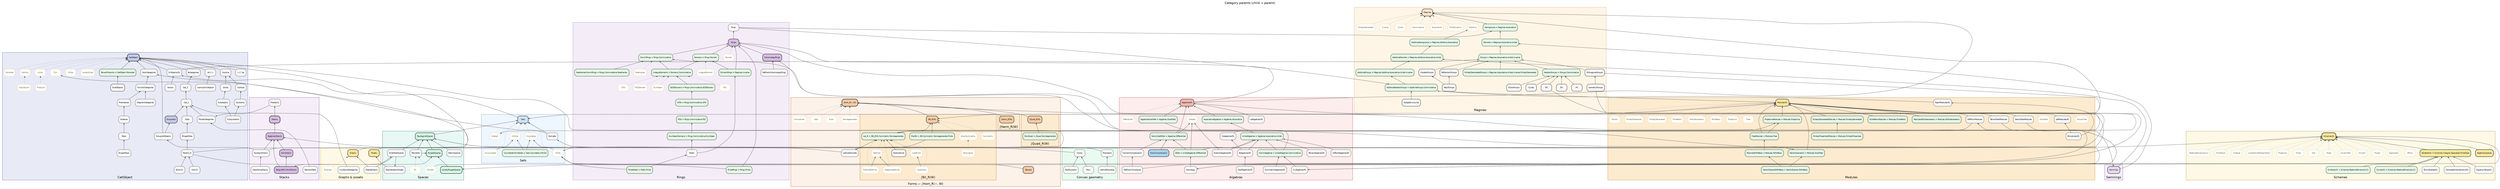
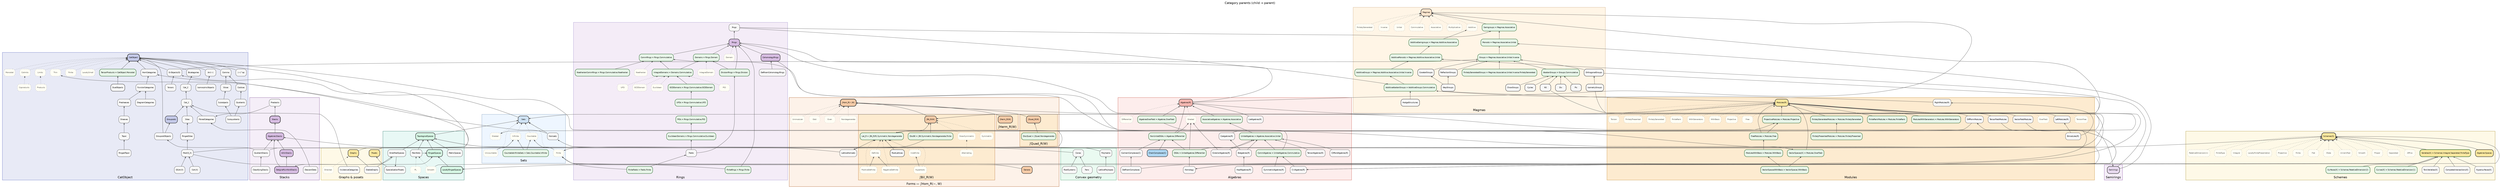
// Category parent graph (child → parent = supercategory).
//
// Node classes:
//   1. Categories — solid boxes
//   2. Atomic axioms — short dotted label on most general host; dotted edge
//   3. Named joins — green "Name = C.A1.A2…" when a conventional name packages
//      axioms from farther up the hierarchy
//
// Forms: ∫Hom_R(−,W) hosts shared form axioms; Bil ‖ Quad ‖ Herm are children.
// Render: dot -Tsvg category_parent_graph.dot -o category_parent_graph.svg

digraph CategoryParents {
  graph [
    rankdir=BT
    labelloc=t
    label="Category parents (child → parent)"
    fontsize=15
    fontname="Helvetica"
    nodesep=0.32
    ranksep=0.55
    compound=true
    newrank=true
    splines=true
  ];
  node [
    shape=box
    style="rounded,filled"
    fontname="Helvetica"
    fontsize=9
    fillcolor="#f7f7f7"
    color="#333333"
  ];
  edge [color="#444444", arrowsize=0.65];

  // Named-join default (overridden locally where needed)
  // fillcolor="#e8f5e9" color="#1b5e20"

  //══════════════════════════════════════════════════════════════
  // CatObject + sites/sheaves
  //══════════════════════════════════════════════════════════════
  subgraph cluster_cat {
    label="CatObject";
    style=filled; fillcolor="#e8eaf6"; color="#3f51b5";
    node [style="rounded,filled", fillcolor="#f7f7f7", color="#333333", fontcolor="#000000"];

    CatObject [fillcolor="#c5cae9", penwidth=2.5];
    // Cat_1 = ordinary 1-categories; Cat_2 = (2,1)-categories
    Cat_1; Cat_2;
    Groupoids [fillcolor="#c5cae9", penwidth=2];
    Bicategories;
    "Arr(−)"; "(−)^op";
    Comma; Slices; Coslices;
    // slice/coslice constructions (a subobject is a mono A→B in a slice)
    Subobjects; Quotients; Subquotients; IsomorphicObjects;
    DiagramCategories; FunctorCategories; HomCategories;
    "G-Objects(G)"; FibredCategories; GroupoidObjects; Torsors;
    Sites; Presheaves; Sheaves; Topoi;
    RingedSites; RingedTopoi;
    "Mod(O_X)"; "Coh(X)"; "QCoh(X)";

    node [style="rounded,filled", fillcolor="#e8f5e9", color="#1b5e20", fontcolor="#000000", penwidth=1.5];
    "TensorProducts = CatObject.Monoidal";
    node [style="rounded,filled", fillcolor="#f7f7f7", color="#333333", fontcolor="#000000"];
    DualObjects;

    node [style="rounded,filled,dotted", fillcolor="#fffef5", color="#888888", fontcolor="#555555"];
    // Nested-cat + (co)limit axioms on CatObject
    "CatObject.LocallySmall" [label="LocallySmall"];
    "CatObject.Finite" [label="Finite"];
    "CatObject.Thin" [label="Thin"];
    "CatObject.Limits" [label="Limits"];
    "CatObject.Colimits" [label="Colimits"];
    "CatObject.Products" [label="Products"];
    "CatObject.Coproducts" [label="Coproducts"];
    "ax.Monoidal" [label="Monoidal"];
    node [style="rounded,filled", fillcolor="#f7f7f7", color="#333333", fontcolor="#000000"];

    "CatObject.LocallySmall" -> CatObject [style=dotted];
    "CatObject.Finite" -> CatObject [style=dotted];
    "CatObject.Thin" -> CatObject [style=dotted];
    "CatObject.Limits" -> CatObject [style=dotted];
    "CatObject.Colimits" -> CatObject [style=dotted];
    // Products/Coproducts organize under (co)limits
    "CatObject.Products" -> "CatObject.Limits" [style=dotted];
    "CatObject.Coproducts" -> "CatObject.Colimits" [style=dotted];
    "ax.Monoidal" -> CatObject [style=dotted];

    Groupoids -> Cat_1;
    Cat_1 -> Cat_2;
    Cat_2 -> Bicategories;
    Bicategories -> CatObject;
    "TensorProducts = CatObject.Monoidal" -> CatObject;
    DualObjects -> "TensorProducts = CatObject.Monoidal";
    "Arr(−)" -> CatObject;
    "(−)^op" -> CatObject;
    Comma -> CatObject;
    Slices -> Comma;
    Coslices -> Comma;
    Subobjects -> Slices;
    Quotients -> Coslices;
    Subquotients -> Subobjects;
    Subquotients -> Quotients;
    IsomorphicObjects -> "Arr(−)";
    DiagramCategories -> FunctorCategories;
    FunctorCategories -> HomCategories;
    HomCategories -> CatObject;
    "G-Objects(G)" -> CatObject;
    // Fibred categories over an arbitrary base category (not only groupoids)
    FibredCategories -> Cat_1;
    GroupoidObjects -> CatObject;
    GroupoidObjects -> Groupoids;
    Torsors -> "G-Objects(G)";
    Sites -> Cat_1;
    Presheaves -> FunctorCategories;
    Sheaves -> Presheaves;
    Topoi -> Sheaves;
    RingedSites -> Sites;
    RingedTopoi -> Topoi;
    "Mod(O_X)" -> RingedSites;
    "Coh(X)" -> "Mod(O_X)";
    "QCoh(X)" -> "Mod(O_X)";
  }

  //══════════════════════════════════════════════════════════════
  // Sets
  //══════════════════════════════════════════════════════════════
  subgraph cluster_sets {
    label="Sets";
    style=filled; fillcolor="#eef6ff"; color="#6a8caf";
    node [style="rounded,filled", fillcolor="#f7f7f7", color="#333333", fontcolor="#000000"];

    Sets [fillcolor="#cfe2f3", penwidth=2];
    Homsets;

    node [style="rounded,filled", fillcolor="#e8f5e9", color="#1b5e20", fontcolor="#000000", penwidth=1.5];
    "CountableInfiniteSets = Sets.Countable.Infinite";

    node [style="rounded,filled,dotted", fillcolor="#fffef5", color="#888888", fontcolor="#555555"];
    "Sets.Finite" [label="Finite"];
    "Sets.Infinite" [label="Infinite"];
    "Sets.Countable" [label="Countable"];
    "Sets.Uncountable" [label="Uncountable"];
    "Sets.Graded" [label="Graded"];
    node [style="rounded,filled", fillcolor="#f7f7f7", color="#333333", fontcolor="#000000"];

    Sets -> CatObject [constraint=false];
    "Sets.Finite" -> Sets [style=dotted];
    "Sets.Infinite" -> Sets [style=dotted];
    "Sets.Countable" -> Sets [style=dotted];
    "Sets.Uncountable" -> Sets [style=dotted];
    "Sets.Graded" -> Sets [style=dotted];
    "Sets.Finite" -> "Sets.Countable";
    "Sets.Uncountable" -> "Sets.Infinite";
    "CountableInfiniteSets = Sets.Countable.Infinite" -> "Sets.Countable";
    "CountableInfiniteSets = Sets.Countable.Infinite" -> "Sets.Infinite";
    Homsets -> HomCategories [constraint=false];
    Homsets -> Sets;
  }

  //══════════════════════════════════════════════════════════════
  // Spaces
  //══════════════════════════════════════════════════════════════
  subgraph cluster_spaces {
    label="Spaces";
    style=filled; fillcolor="#e8f8f5"; color="#0e6655";
    node [style="rounded,filled", fillcolor="#f7f7f7", color="#333333", fontcolor="#000000"];

    TopologicalSpaces [fillcolor="#d5f5e3", penwidth=2];
    MetricSpaces;
    Manifolds;
    RingedSpaces [fillcolor="#d5f5e3", penwidth=2];
    LocallyRingedSpaces [fillcolor="#d5f5e3", penwidth=2];
    StratifiedSpaces;

    node [style="rounded,filled,dotted", fillcolor="#fffef5", color="#888888", fontcolor="#555555"];
    "Manifolds.Smooth" [label="Smooth"];
    "Manifolds.PL" [label="PL"];
    node [style="rounded,filled", fillcolor="#f7f7f7", color="#333333", fontcolor="#000000"];

    TopologicalSpaces -> Sets [constraint=false];
    MetricSpaces -> TopologicalSpaces;
    Manifolds -> TopologicalSpaces;
    Manifolds -> RingedSpaces [constraint=false];
    "Manifolds.Smooth" -> Manifolds [style=dotted];
    "Manifolds.PL" -> Manifolds [style=dotted];
    RingedSpaces -> TopologicalSpaces;
    LocallyRingedSpaces -> RingedSpaces;
    StratifiedSpaces -> TopologicalSpaces;
    StratifiedSpaces -> SpecializationPosets [constraint=false];
    "Mod(O_X)" -> RingedSpaces [constraint=false];
  }

  //══════════════════════════════════════════════════════════════
  // Convex geometry
  //══════════════════════════════════════════════════════════════
  subgraph cluster_convex {
    label="Convex geometry";
    style=filled; fillcolor="#eafaf1"; color="#1e8449";
    node [style="rounded,filled", fillcolor="#f7f7f7", color="#333333", fontcolor="#000000"];

    Cones; Fans; Polyhedra; LatticePolytopes; RootSystems;
    Cones -> TopologicalSpaces [constraint=false];
    Fans -> Cones;
    Polyhedra -> TopologicalSpaces [constraint=false];
    LatticePolytopes -> Polyhedra;
    RootSystems -> Cones;
  }

  //══════════════════════════════════════════════════════════════
  // Graphs & posets
  //══════════════════════════════════════════════════════════════
  subgraph cluster_graphs {
    label="Graphs & posets";
    style=filled; fillcolor="#fef9e7"; color="#b7950b";
    node [style="rounded,filled", fillcolor="#f7f7f7", color="#333333", fontcolor="#000000"];

    Graphs [fillcolor="#f9e79f", penwidth=2];
    StableGraphs; Posets [fillcolor="#f9e79f", penwidth=2];
    SpecializationPosets; IncidenceCategories;

    node [style="rounded,filled,dotted", fillcolor="#fffef5", color="#888888", fontcolor="#555555"];
    "Graphs.Directed" [label="Directed"];
    node [style="rounded,filled", fillcolor="#f7f7f7", color="#333333", fontcolor="#000000"];

    Graphs -> CatObject [constraint=false];
    "Graphs.Directed" -> Graphs [style=dotted];
    StableGraphs -> Graphs;
    Posets -> "CatObject.Thin" [constraint=false];
    SpecializationPosets -> Posets;
    IncidenceCategories -> Cat_1 [constraint=false];
    StableGraphs -> StratifiedSpaces [constraint=false];
  }

  //══════════════════════════════════════════════════════════════
  // Magmas
  //══════════════════════════════════════════════════════════════
  subgraph cluster_magmas {
    label="Magmas";
    style=filled; fillcolor="#fff5e6"; color="#c49a6c";
    node [style="rounded,filled", fillcolor="#f7f7f7", color="#333333", fontcolor="#000000"];

    Magmas [fillcolor="#fce5cd", penwidth=2];

    // named joins (axioms from Magmas)
    node [style="rounded,filled", fillcolor="#e8f5e9", color="#1b5e20", fontcolor="#000000", penwidth=1.5];
    "Semigroups = Magmas.Associative";
    "Monoids = Magmas.Associative.Unital";
    "Groups = Magmas.Associative.Unital.Inverse";
    "AbelianGroups = Groups.Commutative";
    "FinitelyGeneratedGroups = Magmas.Associative.Unital.Inverse.FinitelyGenerated";
    "AdditiveSemigroups = Magmas.Additive.Associative";
    "AdditiveMonoids = Magmas.Additive.Associative.Unital";
    "AdditiveGroups = Magmas.Additive.Associative.Unital.Inverse";
    "AdditiveAbelianGroups = AdditiveGroups.Commutative";
    node [style="rounded,filled", fillcolor="#f7f7f7", color="#333333", fontcolor="#000000"];

    CoxeterGroups; WeylGroups; ReflectionGroups;
    OrthogonalGroups; IsometryGroups;
    Pic; Div; NS; Cycles; ChowGroups; HodgeStructures;

    // Flat Magmas axiom set: Additive/Multiplicative select the operation;
    // Associative/Unital/Inverse/Commutative hang on Magmas itself (not re-hosted).
    node [style="rounded,filled,dotted", fillcolor="#fffef5", color="#888888", fontcolor="#555555"];
    "Magmas.Additive" [label="Additive"];
    "Magmas.Multiplicative" [label="Multiplicative"];
    "ax.Associative" [label="Associative"];
    "ax.Commutative" [label="Commutative"];
    "ax.Unital" [label="Unital"];
    "ax.Inverse" [label="Inverse"];
    "ax.FinitelyGenerated" [label="FinitelyGenerated"];
    node [style="rounded,filled", fillcolor="#f7f7f7", color="#333333", fontcolor="#000000"];

    "Magmas.Additive" -> Magmas [style=dotted];
    "Magmas.Multiplicative" -> Magmas [style=dotted];
    "ax.Associative" -> Magmas [style=dotted];
    "ax.Commutative" -> Magmas [style=dotted];
    "ax.Unital" -> Magmas [style=dotted];
    "ax.Inverse" -> Magmas [style=dotted];
    "ax.FinitelyGenerated" -> Magmas [style=dotted];

    // Hasse: each named join factors through the previous rung
    "Semigroups = Magmas.Associative" -> Magmas;
    "Monoids = Magmas.Associative.Unital" -> "Semigroups = Magmas.Associative";
    "Groups = Magmas.Associative.Unital.Inverse" -> "Monoids = Magmas.Associative.Unital";
    "AbelianGroups = Groups.Commutative" -> "Groups = Magmas.Associative.Unital.Inverse";
    "FinitelyGeneratedGroups = Magmas.Associative.Unital.Inverse.FinitelyGenerated" -> "Groups = Magmas.Associative.Unital.Inverse";
    "AdditiveSemigroups = Magmas.Additive.Associative" -> "Magmas.Additive";
    "AdditiveMonoids = Magmas.Additive.Associative.Unital" -> "AdditiveSemigroups = Magmas.Additive.Associative";
    "AdditiveGroups = Magmas.Additive.Associative.Unital.Inverse" -> "AdditiveMonoids = Magmas.Additive.Associative.Unital";
    "AdditiveAbelianGroups = AdditiveGroups.Commutative" -> "AdditiveGroups = Magmas.Additive.Associative.Unital.Inverse";

    CoxeterGroups -> "Groups = Magmas.Associative.Unital.Inverse";
    WeylGroups -> CoxeterGroups;
    ReflectionGroups -> "Groups = Magmas.Associative.Unital.Inverse";
    WeylGroups -> ReflectionGroups;
    OrthogonalGroups -> "Groups = Magmas.Associative.Unital.Inverse";
    IsometryGroups -> OrthogonalGroups;
    Pic -> "AbelianGroups = Groups.Commutative";
    Div -> "AbelianGroups = Groups.Commutative";
    NS -> "AbelianGroups = Groups.Commutative";
    Cycles -> "AbelianGroups = Groups.Commutative";
    ChowGroups -> "AbelianGroups = Groups.Commutative";
    HodgeStructures -> "AdditiveAbelianGroups = AdditiveGroups.Commutative";
    Magmas -> Sets [constraint=false];
    "G-Objects(G)" -> "Groups = Magmas.Associative.Unital.Inverse" [constraint=false];
  }

  //══════════════════════════════════════════════════════════════
  // Semirings
  //══════════════════════════════════════════════════════════════
  subgraph cluster_semirings {
    label="Semirings";
    style=filled; fillcolor="#f5eef8"; color="#7d3c98";
    node [style="rounded,filled", fillcolor="#f7f7f7", color="#333333", fontcolor="#000000"];
    Semirings [fillcolor="#e8daef", penwidth=2];
    Semirings -> "Monoids = Magmas.Associative.Unital" [constraint=false];
    Semirings -> "AdditiveMonoids = Magmas.Additive.Associative.Unital" [constraint=false];
  }

  //══════════════════════════════════════════════════════════════
  // Rings
  //══════════════════════════════════════════════════════════════
  subgraph cluster_rings {
    label="Rings";
    style=filled; fillcolor="#f4ecf7"; color="#8e7cc3";
    node [style="rounded,filled", fillcolor="#f7f7f7", color="#333333", fontcolor="#000000"];

    Rngs; Rings [fillcolor="#d7bde2", penwidth=2];
    Fields;
    CohomologyRings [fillcolor="#d7bde2", penwidth=2];
    DeRhamCohomologyRings;

    node [style="rounded,filled", fillcolor="#e8f5e9", color="#1b5e20", fontcolor="#000000", penwidth=1.5];
    "CommRings = Rings.Commutative";
    "Domains = Rings.Domain";
    "IntegralDomains = Domains.Commutative";
    "GCDDomains = Rings.Commutative.GCDDomain";
    "UFDs = Rings.Commutative.UFD";
    "PIDs = Rings.Commutative.PID";
    "EuclideanDomains = Rings.Commutative.Euclidean";
    "NoetherianCommRings = Rings.Commutative.Noetherian";
    // Finite lives on Sets; FiniteRings/Fields are pullbacks Rings.Finite / Fields.Finite
    "FiniteRings = Rings.Finite";
    "FiniteFields = Fields.Finite";
    // Multiplicative invertibility (nonzero) packaged onto Rings
-     "DivisionRings = Magmas.Inverse";
+     "DivisionRings = Rings.Division";
    node [style="rounded,filled", fillcolor="#f7f7f7", color="#333333", fontcolor="#000000"];

    node [style="rounded,filled,dotted", fillcolor="#fffef5", color="#888888", fontcolor="#555555"];
    "ax.Domain" [label="Domain"];
    "ax.IntegralDomain" [label="IntegralDomain"];
    "ax.GCDDomain" [label="GCDDomain"];
    "ax.UFD" [label="UFD"];
    "ax.PID" [label="PID"];
    "ax.Euclidean" [label="Euclidean"];
    "ax.Noetherian" [label="Noetherian"];
    node [style="rounded,filled", fillcolor="#f7f7f7", color="#333333", fontcolor="#000000"];

    Rngs -> "Semigroups = Magmas.Associative" [constraint=false];
    Rngs -> "AdditiveAbelianGroups = AdditiveGroups.Commutative" [constraint=false];
    Rings -> Rngs;
    Rings -> Semirings [constraint=false];
-     "DivisionRings = Magmas.Inverse" -> Rings;
-     "DivisionRings = Magmas.Inverse" -> "Domains = Rings.Domain";
-     Fields -> "DivisionRings = Magmas.Inverse";
+     "DivisionRings = Rings.Division" -> Rings;
+     "DivisionRings = Rings.Division" -> "Domains = Rings.Domain";
+     Fields -> "DivisionRings = Rings.Division";
    Fields -> "EuclideanDomains = Rings.Commutative.Euclidean";
    "CommRings = Rings.Commutative" -> Rings;
    // Domains need not be commutative
    "Domains = Rings.Domain" -> Rings;
    "IntegralDomains = Domains.Commutative" -> "Domains = Rings.Domain";
    "IntegralDomains = Domains.Commutative" -> "CommRings = Rings.Commutative";
    "GCDDomains = Rings.Commutative.GCDDomain" -> "IntegralDomains = Domains.Commutative";
    "UFDs = Rings.Commutative.UFD" -> "GCDDomains = Rings.Commutative.GCDDomain";
    "PIDs = Rings.Commutative.PID" -> "UFDs = Rings.Commutative.UFD";
    "EuclideanDomains = Rings.Commutative.Euclidean" -> "PIDs = Rings.Commutative.PID";
    "NoetherianCommRings = Rings.Commutative.Noetherian" -> "CommRings = Rings.Commutative";
    "FiniteRings = Rings.Finite" -> Rings;
    "FiniteRings = Rings.Finite" -> "Sets.Finite";
    "FiniteFields = Fields.Finite" -> Fields;
    "FiniteFields = Fields.Finite" -> "Sets.Finite";

    "ax.Domain" -> Rings [style=dotted];
    "ax.IntegralDomain" -> "Domains = Rings.Domain" [style=dotted];
    "ax.GCDDomain" -> "IntegralDomains = Domains.Commutative" [style=dotted];
    "ax.UFD" -> "IntegralDomains = Domains.Commutative" [style=dotted];
    "ax.PID" -> "IntegralDomains = Domains.Commutative" [style=dotted];
    "ax.Euclidean" -> "IntegralDomains = Domains.Commutative" [style=dotted];
    "ax.Noetherian" -> "CommRings = Rings.Commutative" [style=dotted];

    CohomologyRings -> Rings;
    DeRhamCohomologyRings -> CohomologyRings;
  }

  //══════════════════════════════════════════════════════════════
  // Modules — Left / Right / Bi are categories, not axioms
  //══════════════════════════════════════════════════════════════
  subgraph cluster_modules {
    label="Modules";
    style=filled; fillcolor="#fdebd0"; color="#b9770e";
    node [style="rounded,filled", fillcolor="#f7f7f7", color="#333333", fontcolor="#000000"];

    // Modules(R) ≃ left R-modules (Sage default), not (R,R)-bimodules
    "Modules(R)" [fillcolor="#f9e79f", penwidth=2];
    "LeftModules(R)";
    "RightModules(R)";
    "Bimodules(R)";
    VectorFieldModules; TensorFieldModules; DiffFormModules;

    node [style="rounded,filled", fillcolor="#e8f5e9", color="#1b5e20", fontcolor="#000000", penwidth=1.5];
    "FreeModules = Modules.Free";
    "ProjectiveModules = Modules.Projective";
    "ModulesWithBasis = Modules.WithBasis";
    "ModulesWithGenerators = Modules.WithGenerators";
    "FiniteRankModules = Modules.FiniteRank";
    "FinitelyGeneratedModules = Modules.FinitelyGenerated";
    "FinitelyPresentedModules = Modules.FinitelyPresented";
    "VectorSpaces(K) = Modules.OverField";
    "VectorSpacesWithBasis = VectorSpaces.WithBasis";
    node [style="rounded,filled", fillcolor="#f7f7f7", color="#333333", fontcolor="#000000"];

    node [style="rounded,filled,dotted", fillcolor="#fffef5", color="#888888", fontcolor="#555555"];
    "Modules.Free" [label="Free"];
    "Modules.Projective" [label="Projective"];
    "Modules.WithBasis" [label="WithBasis"];
    "Modules.WithGenerators" [label="WithGenerators"];
    "Modules.FiniteRank" [label="FiniteRank"];
    "Modules.FinitelyGenerated" [label="FinitelyGenerated"];
    "Modules.FinitelyPresented" [label="FinitelyPresented"];
    "Modules.Torsion" [label="Torsion"];
    "Modules.TorsionFree" [label="TorsionFree"];
    "Modules.OverField" [label="OverField"];
    node [style="rounded,filled", fillcolor="#f7f7f7", color="#333333", fontcolor="#000000"];

    "Modules.Free" -> "Modules(R)" [style=dotted];
    "Modules.Projective" -> "Modules(R)" [style=dotted];
    "Modules.WithBasis" -> "Modules(R)" [style=dotted];
    "Modules.WithGenerators" -> "Modules(R)" [style=dotted];
    "Modules.FiniteRank" -> "Modules(R)" [style=dotted];
    "Modules.FinitelyGenerated" -> "Modules(R)" [style=dotted];
    "Modules.FinitelyPresented" -> "Modules(R)" [style=dotted];
    "Modules.Torsion" -> "Modules(R)" [style=dotted];
    "Modules.TorsionFree" -> "Modules(R)" [style=dotted];
    "Modules.OverField" -> "Modules(R)" [style=dotted];

    // LeftModules is the explicit synonym for Modules(R); RightModules is the opposite action
    "LeftModules(R)" -> "Modules(R)";
    "RightModules(R)" -> "AdditiveAbelianGroups = AdditiveGroups.Commutative";
    "Modules(R)" -> "AdditiveAbelianGroups = AdditiveGroups.Commutative";
    "Bimodules(R)" -> "LeftModules(R)";
    "Bimodules(R)" -> "RightModules(R)";
    "VectorSpaces(K) = Modules.OverField" -> "Modules(R)";
    "FreeModules = Modules.Free" -> "Modules(R)";
    "ProjectiveModules = Modules.Projective" -> "Modules(R)";
    "FreeModules = Modules.Free" -> "ProjectiveModules = Modules.Projective";
    "ModulesWithBasis = Modules.WithBasis" -> "FreeModules = Modules.Free";
    "ModulesWithGenerators = Modules.WithGenerators" -> "Modules(R)";
    "FiniteRankModules = Modules.FiniteRank" -> "Modules(R)";
    "FinitelyGeneratedModules = Modules.FinitelyGenerated" -> "Modules(R)";
    "FinitelyPresentedModules = Modules.FinitelyPresented" -> "FinitelyGeneratedModules = Modules.FinitelyGenerated";
    "VectorSpacesWithBasis = VectorSpaces.WithBasis" -> "VectorSpaces(K) = Modules.OverField";
    "VectorSpacesWithBasis = VectorSpaces.WithBasis" -> "ModulesWithBasis = Modules.WithBasis";
    VectorFieldModules -> "Modules(R)";
    TensorFieldModules -> "Modules(R)";
    DiffFormModules -> "Modules(R)";
    "Mod(O_X)" -> "Modules(R)" [constraint=false];
  }

  //══════════════════════════════════════════════════════════════
  // Algebras(R) = module with bilinear product (no assoc/unit). Sage MagmaticAlgebras → here;
  // Sage Algebras → UnitalAlgebras = Algebras.Associative.Unital
  //══════════════════════════════════════════════════════════════
  subgraph cluster_algebras {
    label="Algebras";
    style=filled; fillcolor="#fdedec"; color="#c0392b";
    node [style="rounded,filled", fillcolor="#f7f7f7", color="#333333", fontcolor="#000000"];

    "Algebras(R)" [fillcolor="#f5b7b1", penwidth=2];
    "LieAlgebras(R)"; "CliffordAlgebras(R)";
    "SymmetricAlgebras(R)"; "ExteriorAlgebras(R)"; "TensorAlgebras(R)";
    "HopfAlgebras(R)"; "Coalgebras(R)"; "Bialgebras(R)";
    "C∞Algebras(R)";
    "ChainComplexes(C)" [fillcolor="#aed6f1", penwidth=2];
    "CochainComplexes(C)";
    DeRhamComplexes;
    Homology;

    node [style="rounded,filled", fillcolor="#e8f5e9", color="#1b5e20", fontcolor="#000000", penwidth=1.5];
    // Associative/Unital transported onto Algebras(R) (pullbacks of Magmas classifiers)
    "AssociativeAlgebras = Algebras.Associative";
    "UnitalAlgebras = Algebras.Associative.Unital";
    "CommAlgebras = UnitalAlgebras.Commutative";
    "NonUnitalDGAs = Algebras.Differential";
    "DGAs = UnitalAlgebras.Differential";
    "AlgebrasOverField = Algebras.OverField";
    node [style="rounded,filled", fillcolor="#f7f7f7", color="#333333", fontcolor="#000000"];

    node [style="rounded,filled,dotted", fillcolor="#fffef5", color="#888888", fontcolor="#555555"];
    "ax.Differential" [label="Differential"];
    // Graded least-host is Sets; Algebras(R).Graded is the pullback transport
    "Algebras(R).Graded" [label="Graded"];
    node [style="rounded,filled", fillcolor="#f7f7f7", color="#333333", fontcolor="#000000"];

    "Algebras(R)" -> Magmas [constraint=false];
    "Algebras(R)" -> "Modules(R)" [constraint=false];
    "Algebras(R)" -> Rings [constraint=false];
    "AssociativeAlgebras = Algebras.Associative" -> "Algebras(R)";
    "UnitalAlgebras = Algebras.Associative.Unital" -> "AssociativeAlgebras = Algebras.Associative";
    "CommAlgebras = UnitalAlgebras.Commutative" -> "UnitalAlgebras = Algebras.Associative.Unital";
    "CommAlgebras = UnitalAlgebras.Commutative" -> "CommRings = Rings.Commutative" [constraint=false];
    "AlgebrasOverField = Algebras.OverField" -> "Algebras(R)";
    "AlgebrasOverField = Algebras.OverField" -> "VectorSpaces(K) = Modules.OverField" [constraint=false];
    "ax.Differential" -> "Algebras(R)" [style=dotted];
    "Algebras(R).Graded" -> "Algebras(R)" [style=dotted];
    "NonUnitalDGAs = Algebras.Differential" -> "Algebras(R)";
    "NonUnitalDGAs = Algebras.Differential" -> "Algebras(R).Graded";
    "DGAs = UnitalAlgebras.Differential" -> "UnitalAlgebras = Algebras.Associative.Unital";
    "DGAs = UnitalAlgebras.Differential" -> "Algebras(R).Graded";
    "DGAs = UnitalAlgebras.Differential" -> "NonUnitalDGAs = Algebras.Differential";
    "LieAlgebras(R)" -> "Algebras(R)";
    "CliffordAlgebras(R)" -> "UnitalAlgebras = Algebras.Associative.Unital";
    "SymmetricAlgebras(R)" -> "CommAlgebras = UnitalAlgebras.Commutative";
    "ExteriorAlgebras(R)" -> "UnitalAlgebras = Algebras.Associative.Unital";
    "ExteriorAlgebras(R)" -> "Algebras(R).Graded";
    "TensorAlgebras(R)" -> "UnitalAlgebras = Algebras.Associative.Unital";
    "Coalgebras(R)" -> "Modules(R)" [constraint=false];
    "Bialgebras(R)" -> "UnitalAlgebras = Algebras.Associative.Unital";
    "Bialgebras(R)" -> "Coalgebras(R)";
    "HopfAlgebras(R)" -> "Bialgebras(R)";
    "C∞Algebras(R)" -> "CommAlgebras = UnitalAlgebras.Commutative";
    DiffFormModules -> "Sets.Graded" [constraint=false];
    VectorFieldModules -> "C∞Algebras(R)" [constraint=false];
    TensorFieldModules -> "C∞Algebras(R)" [constraint=false];

    "ChainComplexes(C)" -> "NonUnitalDGAs = Algebras.Differential";
    "CochainComplexes(C)" -> "NonUnitalDGAs = Algebras.Differential";
    DeRhamComplexes -> "CochainComplexes(C)";
    DeRhamComplexes -> DiffFormModules [constraint=false];
    Homology -> "DGAs = UnitalAlgebras.Differential";
    Homology -> "Modules(R)" [constraint=false];
    CohomologyRings -> Homology [constraint=false];
  }

  //══════════════════════════════════════════════════════════════
  // Forms — ∫Hom_R(−,W) parent; Bil ‖ Quad ‖ Herm children
  //══════════════════════════════════════════════════════════════
  subgraph cluster_forms {
    label="Forms — ∫Hom_R(−, W)";
    style=filled; fillcolor="#fdf2e9"; color="#a04000";
    node [style="rounded,filled", fillcolor="#f7f7f7", color="#333333", fontcolor="#000000"];

    "∫Hom_R(−,W)" [fillcolor="#f5cba7", penwidth=2.5];
    Genera [fillcolor="#f5cba7", penwidth=2];
    LatticeHomsets;

    // shared form axioms on ∫Hom (incl. Unimodular = Perfect)
    node [style="rounded,filled,dotted", fillcolor="#fffef5", color="#888888", fontcolor="#555555"];
    "∫Hom.Nondegenerate" [label="Nondegenerate"];
    "∫Hom.Even" [label="Even"];
    "∫Hom.Odd" [label="Odd"];
    "∫Hom.Unimodular" [label="Unimodular"];
    node [style="rounded,filled", fillcolor="#f7f7f7", color="#333333", fontcolor="#000000"];

    "∫Hom_R(−,W)" -> "Modules(R)" [constraint=false];
    "∫Hom.Nondegenerate" -> "∫Hom_R(−,W)" [style=dotted];
    "∫Hom.Even" -> "∫Hom_R(−,W)" [style=dotted];
    "∫Hom.Odd" -> "∫Hom_R(−,W)" [style=dotted];
    "∫Hom.Unimodular" -> "∫Hom_R(−,W)" [style=dotted];

    //—— Bil ——
    subgraph cluster_bil {
      label="∫Bil_R(W)";
      style=filled; fillcolor="#fdebd0"; color="#af601a";
      node [style="rounded,filled", fillcolor="#f7f7f7", color="#333333", fontcolor="#000000"];

      "∫Bil_R(W)" [fillcolor="#f5cba7", penwidth=2];

      node [style="rounded,filled,dotted", fillcolor="#fffef5", color="#888888", fontcolor="#555555"];
      "∫Bil.Symmetric" [label="Symmetric"];
      "∫Bil.SkewSymmetric" [label="SkewSymmetric"];
      "∫Bil.Alternating" [label="Alternating"];
      node [style="rounded,filled", fillcolor="#f7f7f7", color="#333333", fontcolor="#000000"];

      node [style="rounded,filled", fillcolor="#e8f5e9", color="#1b5e20", fontcolor="#000000", penwidth=1.5];
      "Lat_R = ∫Bil_R(R).Symmetric.Nondegenerate";
      "DiscBil = ∫Bil.Symmetric.Nondegenerate.Finite";
      node [style="rounded,filled", fillcolor="#f7f7f7", color="#333333", fontcolor="#000000"];

      RootLattices;

      node [style="rounded,filled,dotted", fillcolor="#fffef5", color="#888888", fontcolor="#555555"];
      "Lat.Definite" [label="Definite"];
      "Lat.PositiveDefinite" [label="PositiveDefinite"];
      "Lat.NegativeDefinite" [label="NegativeDefinite"];
      "Lat.Indefinite" [label="Indefinite"];
      "Lat.Hyperbolic" [label="Hyperbolic"];
      node [style="rounded,filled", fillcolor="#f7f7f7", color="#333333", fontcolor="#000000"];
    }

    //—— Quad ——
    subgraph cluster_quad {
      label="∫Quad_R(W)";
      style=filled; fillcolor="#fdebd0"; color="#af601a";
      node [style="rounded,filled", fillcolor="#f7f7f7", color="#333333", fontcolor="#000000"];

      "∫Quad_R(W)" [fillcolor="#f5cba7", penwidth=2];

      node [style="rounded,filled", fillcolor="#e8f5e9", color="#1b5e20", fontcolor="#000000", penwidth=1.5];
      "DiscQuad = ∫Quad.Nondegenerate";
      node [style="rounded,filled", fillcolor="#f7f7f7", color="#333333", fontcolor="#000000"];
    }

    //—— Herm ——
    subgraph cluster_herm {
      label="∫Herm_R(W)";
      style=filled; fillcolor="#fdebd0"; color="#af601a";
      node [style="rounded,filled", fillcolor="#f7f7f7", color="#333333", fontcolor="#000000"];
      "∫Herm_R(W)" [fillcolor="#f5cba7", penwidth=2];
    }

    "∫Bil_R(W)" -> "∫Hom_R(−,W)";
    "∫Quad_R(W)" -> "∫Hom_R(−,W)";
    "∫Herm_R(W)" -> "∫Hom_R(−,W)";

    "∫Bil.Symmetric" -> "∫Bil_R(W)" [style=dotted];
    "∫Bil.SkewSymmetric" -> "∫Bil_R(W)" [style=dotted];
    // Alternating ⇒ SkewSymmetric (equiv. in char ≠ 2)
    "∫Bil.Alternating" -> "∫Bil.SkewSymmetric" [style=dotted];

    "Lat_R = ∫Bil_R(R).Symmetric.Nondegenerate" -> "∫Bil_R(W)";
    "Lat_R = ∫Bil_R(R).Symmetric.Nondegenerate" -> "ProjectiveModules = Modules.Projective" [constraint=false];
    "Lat.Definite" -> "Lat_R = ∫Bil_R(R).Symmetric.Nondegenerate" [style=dotted];
    "Lat.PositiveDefinite" -> "Lat_R = ∫Bil_R(R).Symmetric.Nondegenerate" [style=dotted];
    "Lat.NegativeDefinite" -> "Lat_R = ∫Bil_R(R).Symmetric.Nondegenerate" [style=dotted];
    "Lat.Indefinite" -> "Lat_R = ∫Bil_R(R).Symmetric.Nondegenerate" [style=dotted];
    "Lat.Hyperbolic" -> "Lat_R = ∫Bil_R(R).Symmetric.Nondegenerate" [style=dotted];
    "Lat.PositiveDefinite" -> "Lat.Definite";
    "Lat.NegativeDefinite" -> "Lat.Definite";
    "Lat.Hyperbolic" -> "Lat.Indefinite";
    RootLattices -> "Lat_R = ∫Bil_R(R).Symmetric.Nondegenerate";

    "DiscBil = ∫Bil.Symmetric.Nondegenerate.Finite" -> "∫Bil_R(W)";
    "DiscBil = ∫Bil.Symmetric.Nondegenerate.Finite" -> "Sets.Finite" [constraint=false];
    "DiscQuad = ∫Quad.Nondegenerate" -> "∫Quad_R(W)";

    Genera -> "Sets.Finite" [constraint=false];
    LatticeHomsets -> Homsets [constraint=false];
    LatticeHomsets -> "Lat_R = ∫Bil_R(R).Symmetric.Nondegenerate";
    IsometryGroups -> LatticeHomsets [constraint=false];
    OrthogonalGroups -> "∫Bil_R(W)" [constraint=false];
    NS -> "Lat_R = ∫Bil_R(R).Symmetric.Nondegenerate" [constraint=false];
  }

  //══════════════════════════════════════════════════════════════
  // Schemes
  //══════════════════════════════════════════════════════════════
  subgraph cluster_schemes {
    label="Schemes";
    style=filled; fillcolor="#fef9e7"; color="#9a7d0a";
    node [style="rounded,filled", fillcolor="#f7f7f7", color="#333333", fontcolor="#000000"];

    "Schemes(S)" [fillcolor="#f9e79f", penwidth=2.5];
    "Hypersurfaces(K)"; "CompleteIntersections(K)"; "ToricVarieties(K)";
    AlgebraicSpaces [fillcolor="#f9e79f", penwidth=2];

    node [style="rounded,filled", fillcolor="#e8f5e9", color="#1b5e20", fontcolor="#000000", penwidth=1.5];
    // Varieties = integral + separated + finite type (over a field via (K))
    "Varieties(K) = Schemes.Integral.Separated.FiniteType" [fillcolor="#f9e79f", penwidth=2];
    "Curves(K) = Schemes.RelativeDimension(1)";
    "Surfaces(K) = Schemes.RelativeDimension(2)";
    node [style="rounded,filled", fillcolor="#f7f7f7", color="#333333", fontcolor="#000000"];

    node [style="rounded,filled,dotted", fillcolor="#fffef5", color="#888888", fontcolor="#555555"];
    "Schemes.Affine" [label="Affine"];
    "Schemes.Separated" [label="Separated"];
    "Schemes.Proper" [label="Proper"];
    "Schemes.Smooth" [label="Smooth"];
    "Schemes.Unramified" [label="Unramified"];
    "Schemes.Étale" [label="Étale"];
    "Schemes.Flat" [label="Flat"];
    "Schemes.Finite" [label="Finite"];
    "Schemes.Projective" [label="Projective"];
    "Schemes.LocallyFinitePresentation" [label="LocallyFinitePresentation"];
    "Schemes.Integral" [label="Integral"];
    "Schemes.FiniteType" [label="FiniteType"];
    // RelativeDimension(n): parameterized axiom (Curves n=1, Surfaces n=2, …)
    "Schemes.RelativeDimension(n)" [label="RelativeDimension(n)"];
    node [style="rounded,filled", fillcolor="#f7f7f7", color="#333333", fontcolor="#000000"];

    "Schemes(S)" -> LocallyRingedSpaces [constraint=false];
    "Schemes.Affine" -> "Schemes(S)" [style=dotted];
    "Schemes.Separated" -> "Schemes(S)" [style=dotted];
    "Schemes.Proper" -> "Schemes(S)" [style=dotted];
    "Schemes.Smooth" -> "Schemes(S)" [style=dotted];
    "Schemes.Unramified" -> "Schemes(S)" [style=dotted];
    "Schemes.Étale" -> "Schemes(S)" [style=dotted];
    "Schemes.Flat" -> "Schemes(S)" [style=dotted];
    "Schemes.Finite" -> "Schemes(S)" [style=dotted];
    "Schemes.Projective" -> "Schemes(S)" [style=dotted];
    "Schemes.LocallyFinitePresentation" -> "Schemes(S)" [style=dotted];
    "Schemes.Integral" -> "Schemes(S)" [style=dotted];
    "Schemes.FiniteType" -> "Schemes(S)" [style=dotted];
    "Schemes.RelativeDimension(n)" -> "Schemes(S)" [style=dotted];
    "Varieties(K) = Schemes.Integral.Separated.FiniteType" -> "Schemes(S)";
    "Curves(K) = Schemes.RelativeDimension(1)" -> "Varieties(K) = Schemes.Integral.Separated.FiniteType";
    "Surfaces(K) = Schemes.RelativeDimension(2)" -> "Varieties(K) = Schemes.Integral.Separated.FiniteType";
    "Hypersurfaces(K)" -> "Varieties(K) = Schemes.Integral.Separated.FiniteType";
    "CompleteIntersections(K)" -> "Varieties(K) = Schemes.Integral.Separated.FiniteType";
    "ToricVarieties(K)" -> "Varieties(K) = Schemes.Integral.Separated.FiniteType";
    AlgebraicSpaces -> "Schemes(S)";
    "Manifolds.Smooth" -> "Varieties(K) = Schemes.Integral.Separated.FiniteType" [constraint=false];
  }

  //══════════════════════════════════════════════════════════════
  // Stacks
  //══════════════════════════════════════════════════════════════
  subgraph cluster_stacks {
    label="Stacks";
    style=filled; fillcolor="#f5eef8"; color="#6c3483";
    node [style="rounded,filled", fillcolor="#f7f7f7", color="#333333", fontcolor="#000000"];

    DescentData; Prestacks;
    Stacks [fillcolor="#d7bde2", penwidth=2.5];
    AlgebraicStacks [fillcolor="#d7bde2", penwidth=2];
    DeligneMumfordStacks [fillcolor="#d7bde2", penwidth=2];
    ArtinStacks [fillcolor="#d7bde2", penwidth=2];
    QuotientStacks; ClassifyingStacks;

    DescentData -> FibredCategories [constraint=false];
    Prestacks -> FibredCategories [constraint=false];
    Stacks -> Prestacks;
    AlgebraicStacks -> Stacks;
    DeligneMumfordStacks -> AlgebraicStacks;
    ArtinStacks -> AlgebraicStacks;
    DeligneMumfordStacks -> ArtinStacks;
    QuotientStacks -> AlgebraicStacks;
    ClassifyingStacks -> QuotientStacks;
    QuotientStacks -> GroupoidObjects [constraint=false];
    QuotientStacks -> "G-Objects(G)" [constraint=false];
    "Schemes(S)" -> AlgebraicStacks [constraint=false];
    StratifiedSpaces -> DeligneMumfordStacks [constraint=false];
  }
}
